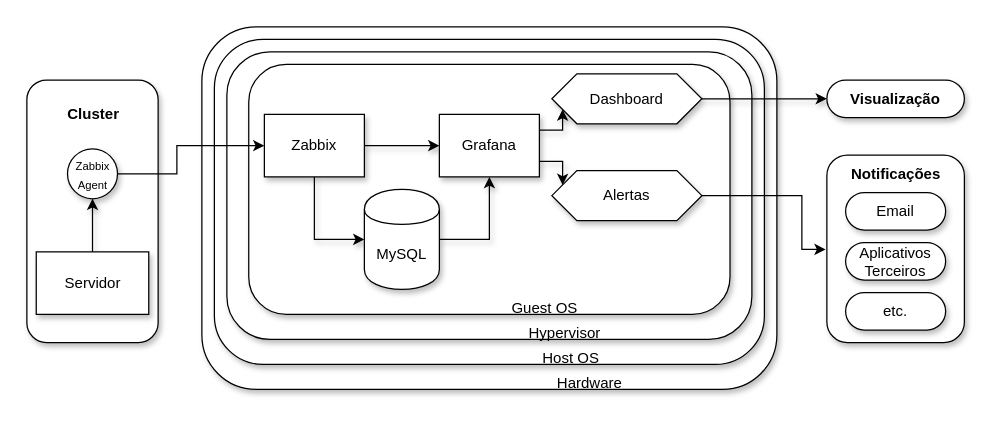
The draw.io diagram texto/Diagrams/v1-zabbix/v1_diagram_with_layers.drawio in vitorco7/saturmon, before the edit. Source tidied: cells renumbered, new cells numbered last; positions are measured from the earlier drawing's top-left corner, leaving out a move shared by most shapes. Both pictures are drawn from the tidied source at 125%, with x=0, y=0 at pixel (26, 26).
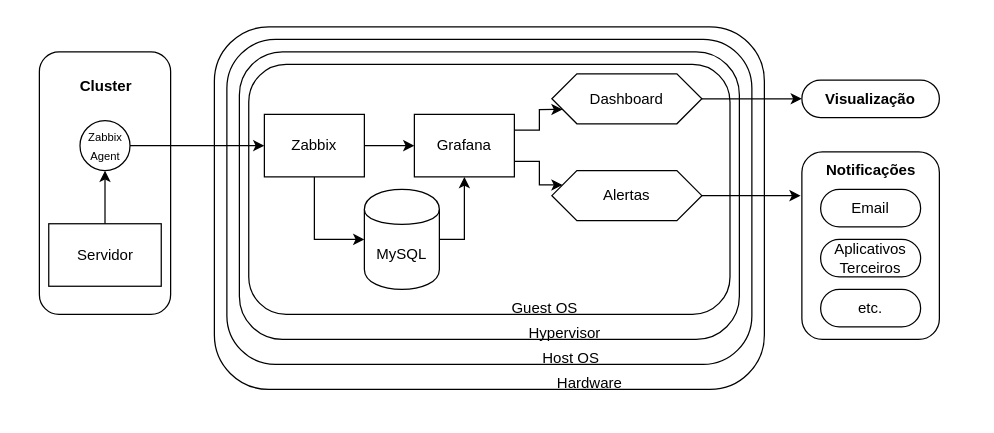
Above is the later version.

Diff of the diagram source:
```diff
@@
-    <mxCell id="2" style="rounded=1;whiteSpace=wrap;html=1;shadow=1;fixDash=0;backgroundOutline=0;movableLabel=0;fixedWidth=0;comic=0;" parent="1" vertex="1">
-      <mxGeometry x="140" width="460" height="290" as="geometry" />
+    <mxCell id="2" style="rounded=1;whiteSpace=wrap;html=1;shadow=0;fixDash=0;backgroundOutline=0;movableLabel=0;fixedWidth=0;comic=0;" parent="1" vertex="1">
+      <mxGeometry x="150" width="440" height="290" as="geometry" />
     </mxCell>
-    <mxCell id="3" style="rounded=1;whiteSpace=wrap;html=1;shadow=1;fixDash=0;backgroundOutline=0;movableLabel=0;fixedWidth=0;comic=0;" parent="1" vertex="1">
-      <mxGeometry x="150" y="10" width="440" height="260" as="geometry" />
+    <mxCell id="3" style="rounded=1;whiteSpace=wrap;html=1;shadow=0;fixDash=0;backgroundOutline=0;movableLabel=0;fixedWidth=0;comic=0;" parent="1" vertex="1">
+      <mxGeometry x="160" y="10" width="420" height="260" as="geometry" />
     </mxCell>
-    <mxCell id="4" style="rounded=1;whiteSpace=wrap;html=1;shadow=1;fixDash=0;backgroundOutline=0;movableLabel=0;fixedWidth=0;comic=0;" parent="1" vertex="1">
-      <mxGeometry x="160" y="20" width="420" height="230" as="geometry" />
+    <mxCell id="4" style="rounded=1;whiteSpace=wrap;html=1;shadow=0;fixDash=0;backgroundOutline=0;movableLabel=0;fixedWidth=0;comic=0;" parent="1" vertex="1">
+      <mxGeometry x="170" y="20" width="400" height="230" as="geometry" />
     </mxCell>
-    <mxCell id="5" style="rounded=1;whiteSpace=wrap;html=1;shadow=1;glass=0;perimeterSpacing=1;" parent="1" vertex="1">
+    <mxCell id="5" style="rounded=1;whiteSpace=wrap;html=1;shadow=0;glass=0;perimeterSpacing=1;" parent="1" vertex="1">
       <mxGeometry x="177.5" y="30" width="385" height="200" as="geometry" />
     </mxCell>
-    <mxCell id="6" style="edgeStyle=orthogonalEdgeStyle;rounded=0;jettySize=auto;html=1;exitX=0.5;exitY=1;exitDx=0;exitDy=0;entryX=0;entryY=0.5;entryDx=0;entryDy=0;shadow=1;" parent="1" edge="1" source="8" target="13">
+    <mxCell id="6" style="edgeStyle=orthogonalEdgeStyle;rounded=0;jettySize=auto;html=1;exitX=0.5;exitY=1;exitDx=0;exitDy=0;entryX=0;entryY=0.5;entryDx=0;entryDy=0;shadow=0;" parent="1" edge="1" source="8" target="13">
       <mxGeometry relative="1" as="geometry" />
     </mxCell>
-    <mxCell id="7" style="edgeStyle=orthogonalEdgeStyle;rounded=0;jettySize=auto;html=1;exitX=1;exitY=0.5;exitDx=0;exitDy=0;entryX=0;entryY=0.5;entryDx=0;entryDy=0;shadow=1;" parent="1" edge="1" source="8" target="11">
+    <mxCell id="7" style="edgeStyle=orthogonalEdgeStyle;rounded=0;jettySize=auto;html=1;exitX=1;exitY=0.5;exitDx=0;exitDy=0;entryX=0;entryY=0.5;entryDx=0;entryDy=0;shadow=0;" parent="1" edge="1" source="8" target="11">
       <mxGeometry relative="1" as="geometry" />
     </mxCell>
-    <mxCell id="8" value="&lt;div&gt;Zabbix&lt;/div&gt;" style="html=1;whiteSpace=wrap;shadow=1;" parent="1" vertex="1">
+    <mxCell id="8" value="&lt;div&gt;Zabbix&lt;/div&gt;" style="html=1;whiteSpace=wrap;shadow=0;" parent="1" vertex="1">
       <mxGeometry x="190" y="70" width="80" height="50" as="geometry" />
     </mxCell>
-    <mxCell id="9" style="edgeStyle=orthogonalEdgeStyle;rounded=0;jettySize=auto;html=1;exitX=1;exitY=0.25;exitDx=0;exitDy=0;entryX=0;entryY=0.75;entryDx=0;entryDy=0;shadow=1;" parent="1" edge="1" source="11" target="14">
+    <mxCell id="9" style="edgeStyle=orthogonalEdgeStyle;rounded=0;jettySize=auto;html=1;exitX=1;exitY=0.25;exitDx=0;exitDy=0;entryX=0;entryY=0.75;entryDx=0;entryDy=0;shadow=0;" parent="1" edge="1" source="11" target="14">
       <mxGeometry relative="1" as="geometry" />
     </mxCell>
-    <mxCell id="10" style="edgeStyle=orthogonalEdgeStyle;rounded=0;jettySize=auto;html=1;exitX=1;exitY=0.75;exitDx=0;exitDy=0;entryX=0;entryY=0.25;entryDx=0;entryDy=0;shadow=1;" parent="1" edge="1" source="11" target="16">
+    <mxCell id="10" style="edgeStyle=orthogonalEdgeStyle;rounded=0;jettySize=auto;html=1;exitX=1;exitY=0.75;exitDx=0;exitDy=0;entryX=0;entryY=0.25;entryDx=0;entryDy=0;shadow=0;" parent="1" edge="1" source="11" target="16">
       <mxGeometry relative="1" as="geometry" />
     </mxCell>
-    <mxCell id="11" value="&lt;div&gt;Grafana&lt;/div&gt;" style="html=1;whiteSpace=wrap;shadow=1;" parent="1" vertex="1">
-      <mxGeometry x="330" y="70" width="80" height="50" as="geometry" />
+    <mxCell id="11" value="&lt;div&gt;Grafana&lt;/div&gt;" style="html=1;whiteSpace=wrap;shadow=0;" parent="1" vertex="1">
+      <mxGeometry x="310" y="70" width="80" height="50" as="geometry" />
     </mxCell>
-    <mxCell id="12" style="edgeStyle=orthogonalEdgeStyle;rounded=0;jettySize=auto;html=1;exitX=1;exitY=0.5;exitDx=0;exitDy=0;entryX=0.5;entryY=1;entryDx=0;entryDy=0;shadow=1;" parent="1" edge="1" source="13" target="11">
+    <mxCell id="12" style="edgeStyle=orthogonalEdgeStyle;rounded=0;jettySize=auto;html=1;exitX=1;exitY=0.5;exitDx=0;exitDy=0;entryX=0.5;entryY=1;entryDx=0;entryDy=0;shadow=0;" parent="1" edge="1" source="13" target="11">
       <mxGeometry relative="1" as="geometry" />
     </mxCell>
-    <mxCell id="13" value="MySQL" style="shape=cylinder;whiteSpace=wrap;html=1;boundedLbl=1;backgroundOutline=1;shadow=1;" parent="1" vertex="1">
+    <mxCell id="13" value="MySQL" style="shape=cylinder;whiteSpace=wrap;html=1;boundedLbl=1;backgroundOutline=1;shadow=0;" parent="1" vertex="1">
       <mxGeometry x="270" y="130" width="60" height="80" as="geometry" />
     </mxCell>
-    <mxCell id="14" value="&lt;div&gt;Dashboard&lt;/div&gt;" style="shape=hexagon;perimeter=hexagonPerimeter2;whiteSpace=wrap;html=1;fixedSize=1;shadow=1;" parent="1" vertex="1">
+    <mxCell id="14" value="&lt;div&gt;Dashboard&lt;/div&gt;" style="shape=hexagon;perimeter=hexagonPerimeter2;whiteSpace=wrap;html=1;fixedSize=1;shadow=0;" parent="1" vertex="1">
       <mxGeometry x="420" y="37.5" width="120" height="40" as="geometry" />
     </mxCell>
-    <mxCell id="15" style="edgeStyle=orthogonalEdgeStyle;rounded=0;jettySize=auto;html=1;exitX=1;exitY=0.5;exitDx=0;exitDy=0;" parent="1" edge="1" source="16" target="29">
+    <mxCell id="15" style="edgeStyle=orthogonalEdgeStyle;rounded=0;jettySize=auto;html=1;exitX=1;exitY=0.5;exitDx=0;exitDy=0;shadow=0;" parent="1" edge="1" source="16" target="29">
       <mxGeometry relative="1" as="geometry">
         <Array as="points">
           <mxPoint x="620" y="135" />
           <mxPoint x="620" y="178" />
         </Array>
       </mxGeometry>
     </mxCell>
-    <mxCell id="16" value="&lt;div&gt;Alertas&lt;/div&gt;" style="shape=hexagon;perimeter=hexagonPerimeter2;whiteSpace=wrap;html=1;fixedSize=1;shadow=1;" parent="1" vertex="1">
+    <mxCell id="16" value="&lt;div&gt;Alertas&lt;/div&gt;" style="shape=hexagon;perimeter=hexagonPerimeter2;whiteSpace=wrap;html=1;fixedSize=1;shadow=0;" parent="1" vertex="1">
       <mxGeometry x="420" y="115" width="120" height="40" as="geometry" />
     </mxCell>
-    <mxCell id="17" value="&lt;div&gt;Hardware&lt;/div&gt;" style="text;html=1;align=center;verticalAlign=middle;strokeColor=none;fillColor=none;shadow=1;" parent="1" vertex="1">
+    <mxCell id="17" value="&lt;div&gt;Hardware&lt;/div&gt;" style="text;html=1;align=center;verticalAlign=middle;strokeColor=none;fillColor=none;shadow=0;" parent="1" vertex="1">
       <mxGeometry x="410" y="270" width="80" height="30" as="geometry" />
     </mxCell>
-    <mxCell id="18" value="Host OS" style="text;html=1;align=center;verticalAlign=middle;strokeColor=none;fillColor=none;shadow=1;" parent="1" vertex="1">
+    <mxCell id="18" value="Host OS" style="text;html=1;align=center;verticalAlign=middle;strokeColor=none;fillColor=none;shadow=0;" parent="1" vertex="1">
       <mxGeometry x="400" y="250" width="70" height="30" as="geometry" />
     </mxCell>
-    <mxCell id="19" value="&lt;div&gt;&lt;b&gt;Visualização&lt;/b&gt;&lt;/div&gt;" style="html=1;dashed=0;whiteSpace=wrap;shape=mxgraph.dfd.start;shadow=1;" parent="1" vertex="1">
-      <mxGeometry x="640" y="42.5" width="110" height="30" as="geometry" />
+    <mxCell id="19" value="&lt;div&gt;&lt;b&gt;Visualização&lt;/b&gt;&lt;/div&gt;" style="html=1;dashed=0;whiteSpace=wrap;shape=mxgraph.dfd.start;shadow=0;" parent="1" vertex="1">
+      <mxGeometry x="620" y="42.5" width="110" height="30" as="geometry" />
     </mxCell>
-    <mxCell id="20" style="edgeStyle=orthogonalEdgeStyle;rounded=0;jettySize=auto;html=1;exitX=1;exitY=0.5;exitDx=0;exitDy=0;entryX=0;entryY=0.5;entryDx=0;entryDy=0;entryPerimeter=0;shadow=1;" parent="1" edge="1" source="14" target="19">
+    <mxCell id="20" style="edgeStyle=orthogonalEdgeStyle;rounded=0;jettySize=auto;html=1;exitX=1;exitY=0.5;exitDx=0;exitDy=0;entryX=0;entryY=0.5;entryDx=0;entryDy=0;entryPerimeter=0;shadow=0;" parent="1" edge="1" source="14" target="19">
       <mxGeometry relative="1" as="geometry" />
     </mxCell>
-    <mxCell id="21" value="&lt;div&gt;Guest OS&lt;/div&gt;" style="text;html=1;align=center;verticalAlign=middle;strokeColor=none;fillColor=none;" parent="1" vertex="1">
+    <mxCell id="21" value="&lt;div&gt;Guest OS&lt;/div&gt;" style="text;html=1;align=center;verticalAlign=middle;strokeColor=none;fillColor=none;shadow=0;" parent="1" vertex="1">
       <mxGeometry x="374" y="210" width="80" height="30" as="geometry" />
     </mxCell>
-    <mxCell id="22" value="Hypervisor" style="text;html=1;align=center;verticalAlign=middle;strokeColor=none;fillColor=none;" parent="1" vertex="1">
+    <mxCell id="22" value="Hypervisor" style="text;html=1;align=center;verticalAlign=middle;strokeColor=none;fillColor=none;shadow=0;" parent="1" vertex="1">
       <mxGeometry x="390" y="230" width="80" height="30" as="geometry" />
     </mxCell>
-    <mxCell id="23" style="rounded=1;whiteSpace=wrap;html=1;shadow=1;glass=0;perimeterSpacing=1;" parent="1" vertex="1">
-      <mxGeometry y="42.5" width="105" height="210" as="geometry" />
+    <mxCell id="23" style="rounded=1;whiteSpace=wrap;html=1;shadow=0;glass=0;perimeterSpacing=1;" parent="1" vertex="1">
+      <mxGeometry x="10" y="20" width="105" height="210" as="geometry" />
     </mxCell>
     <mxCell id="24" style="edgeStyle=orthogonalEdgeStyle;rounded=0;jettySize=auto;html=1;exitX=1;exitY=0.5;exitDx=0;exitDy=0;entryX=0;entryY=0.5;entryDx=0;entryDy=0;" parent="1" edge="1" source="25" target="8">
-      <mxGeometry relative="1" as="geometry">
-        <Array as="points">
-          <mxPoint x="120" y="118" />
-          <mxPoint x="120" y="95" />
-        </Array>
-      </mxGeometry>
+      <mxGeometry relative="1" as="geometry" />
     </mxCell>
-    <mxCell id="25" value="&lt;div&gt;&lt;font style=&quot;font-size: 9px;&quot;&gt;Zabbix Agent&lt;/font&gt;&lt;/div&gt;" style="ellipse;whiteSpace=wrap;html=1;shadow=1;" parent="1" vertex="1">
-      <mxGeometry x="32.5" y="97.5" width="40" height="40" as="geometry" />
+    <mxCell id="25" value="&lt;div&gt;&lt;font style=&quot;font-size: 9px;&quot;&gt;Zabbix Agent&lt;/font&gt;&lt;/div&gt;" style="ellipse;whiteSpace=wrap;html=1;shadow=0;" parent="1" vertex="1">
+      <mxGeometry x="42.5" y="75" width="40" height="40" as="geometry" />
     </mxCell>
-    <mxCell id="26" style="edgeStyle=orthogonalEdgeStyle;rounded=0;jettySize=auto;html=1;shadow=1;" parent="1" edge="1" source="27" target="25">
+    <mxCell id="26" style="edgeStyle=orthogonalEdgeStyle;rounded=0;jettySize=auto;html=1;shadow=0;" parent="1" edge="1" source="27" target="25">
       <mxGeometry relative="1" as="geometry" />
     </mxCell>
-    <mxCell id="27" value="&lt;div&gt;Servidor&lt;/div&gt;" style="html=1;whiteSpace=wrap;shadow=1;" parent="1" vertex="1">
-      <mxGeometry x="7.5" y="180" width="90" height="50" as="geometry" />
+    <mxCell id="27" value="&lt;div&gt;Servidor&lt;/div&gt;" style="html=1;whiteSpace=wrap;shadow=0;" parent="1" vertex="1">
+      <mxGeometry x="17.5" y="157.5" width="90" height="50" as="geometry" />
     </mxCell>
-    <mxCell id="28" value="Cluster" style="text;html=1;align=center;verticalAlign=middle;strokeColor=none;fillColor=none;fontStyle=1;" parent="1" vertex="1">
-      <mxGeometry x="22.5" y="55" width="60" height="30" as="geometry" />
+    <mxCell id="28" value="Cluster" style="text;html=1;align=center;verticalAlign=middle;strokeColor=none;fillColor=none;fontStyle=1;shadow=0;" parent="1" vertex="1">
+      <mxGeometry x="32.5" y="32.5" width="60" height="30" as="geometry" />
     </mxCell>
-    <mxCell id="29" style="rounded=1;whiteSpace=wrap;html=1;shadow=1;glass=0;perimeterSpacing=1;" parent="1" vertex="1">
-      <mxGeometry x="640" y="102.5" width="110" height="150" as="geometry" />
+    <mxCell id="29" style="rounded=1;whiteSpace=wrap;html=1;shadow=0;glass=0;perimeterSpacing=1;" parent="1" vertex="1">
+      <mxGeometry x="620" y="100" width="110" height="150" as="geometry" />
     </mxCell>
-    <mxCell id="30" value="Email" style="html=1;dashed=0;whiteSpace=wrap;shape=mxgraph.dfd.start;shadow=1;" parent="1" vertex="1">
-      <mxGeometry x="655" y="132.5" width="80" height="30" as="geometry" />
+    <mxCell id="30" value="Email" style="html=1;dashed=0;whiteSpace=wrap;shape=mxgraph.dfd.start;shadow=0;" parent="1" vertex="1">
+      <mxGeometry x="635" y="130" width="80" height="30" as="geometry" />
     </mxCell>
-    <mxCell id="31" value="&lt;div&gt;Aplicativos Terceiros&lt;/div&gt;" style="html=1;dashed=0;whiteSpace=wrap;shape=mxgraph.dfd.start;shadow=1;" parent="1" vertex="1">
-      <mxGeometry x="655" y="172.5" width="80" height="30" as="geometry" />
+    <mxCell id="31" value="&lt;div&gt;Aplicativos Terceiros&lt;/div&gt;" style="html=1;dashed=0;whiteSpace=wrap;shape=mxgraph.dfd.start;shadow=0;" parent="1" vertex="1">
+      <mxGeometry x="635" y="170" width="80" height="30" as="geometry" />
     </mxCell>
-    <mxCell id="32" value="&lt;div&gt;etc.&lt;/div&gt;" style="html=1;dashed=0;whiteSpace=wrap;shape=mxgraph.dfd.start;shadow=1;" parent="1" vertex="1">
-      <mxGeometry x="655" y="212.5" width="80" height="30" as="geometry" />
+    <mxCell id="32" value="&lt;div&gt;etc.&lt;/div&gt;" style="html=1;dashed=0;whiteSpace=wrap;shape=mxgraph.dfd.start;shadow=0;" parent="1" vertex="1">
+      <mxGeometry x="635" y="210" width="80" height="30" as="geometry" />
     </mxCell>
-    <mxCell id="33" value="&lt;div&gt;&lt;b&gt;Notificações&lt;/b&gt;&lt;/div&gt;" style="text;html=1;align=center;verticalAlign=middle;strokeColor=none;fillColor=none;" parent="1" vertex="1">
-      <mxGeometry x="650" y="102.5" width="90" height="30" as="geometry" />
+    <mxCell id="33" value="&lt;div&gt;&lt;b&gt;Notificações&lt;/b&gt;&lt;/div&gt;" style="text;html=1;align=center;verticalAlign=middle;strokeColor=none;fillColor=none;shadow=0;" parent="1" vertex="1">
+      <mxGeometry x="630" y="100" width="90" height="30" as="geometry" />
     </mxCell>
```
